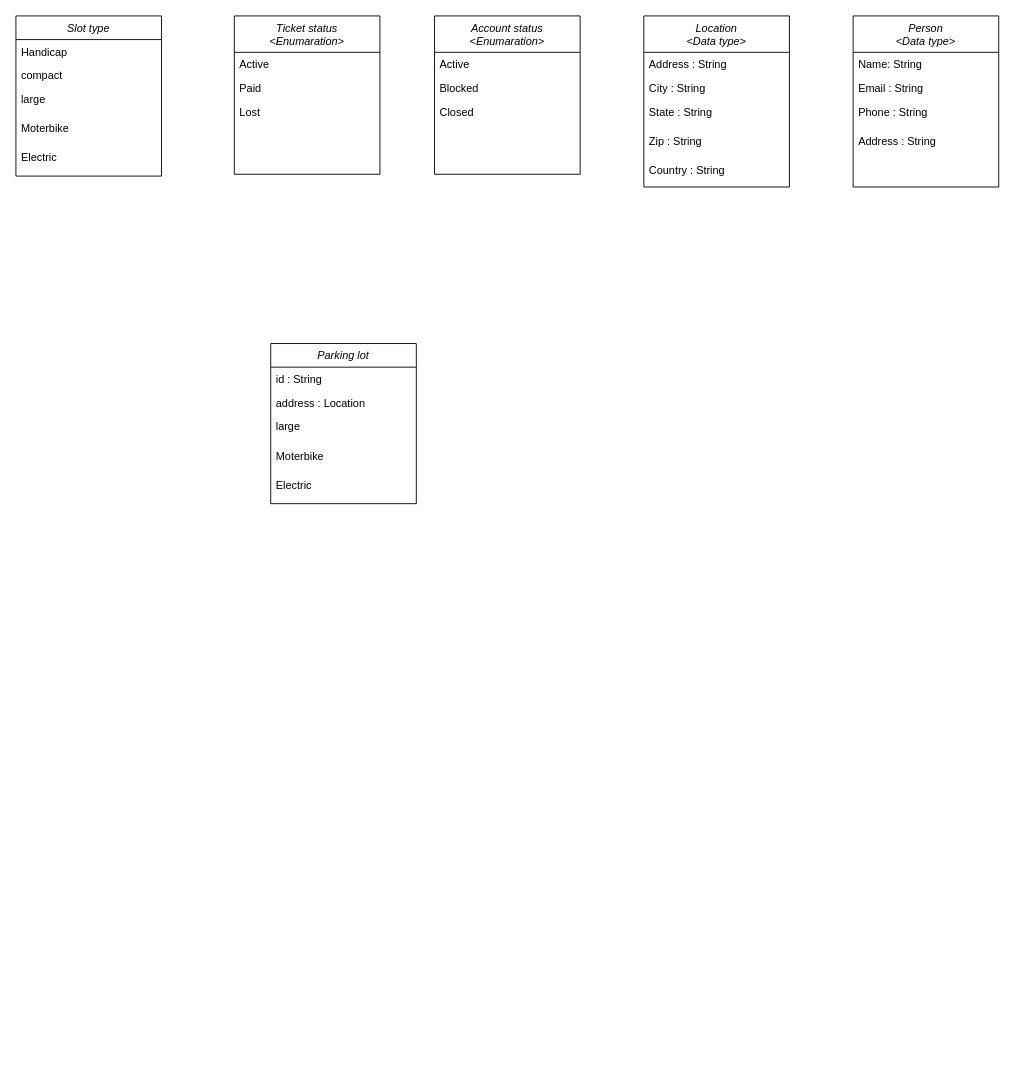
Earlier version of the draw.io diagram Parking lot.drawio (umashankara/draw.io). Source tidied: cells renumbered, new cells numbered last; positions are measured from the earlier drawing's top-left corner, leaving out a move shared by most shapes. Both pictures are drawn from the tidied source at 91%, with x=0, y=0 at pixel (15, 15).
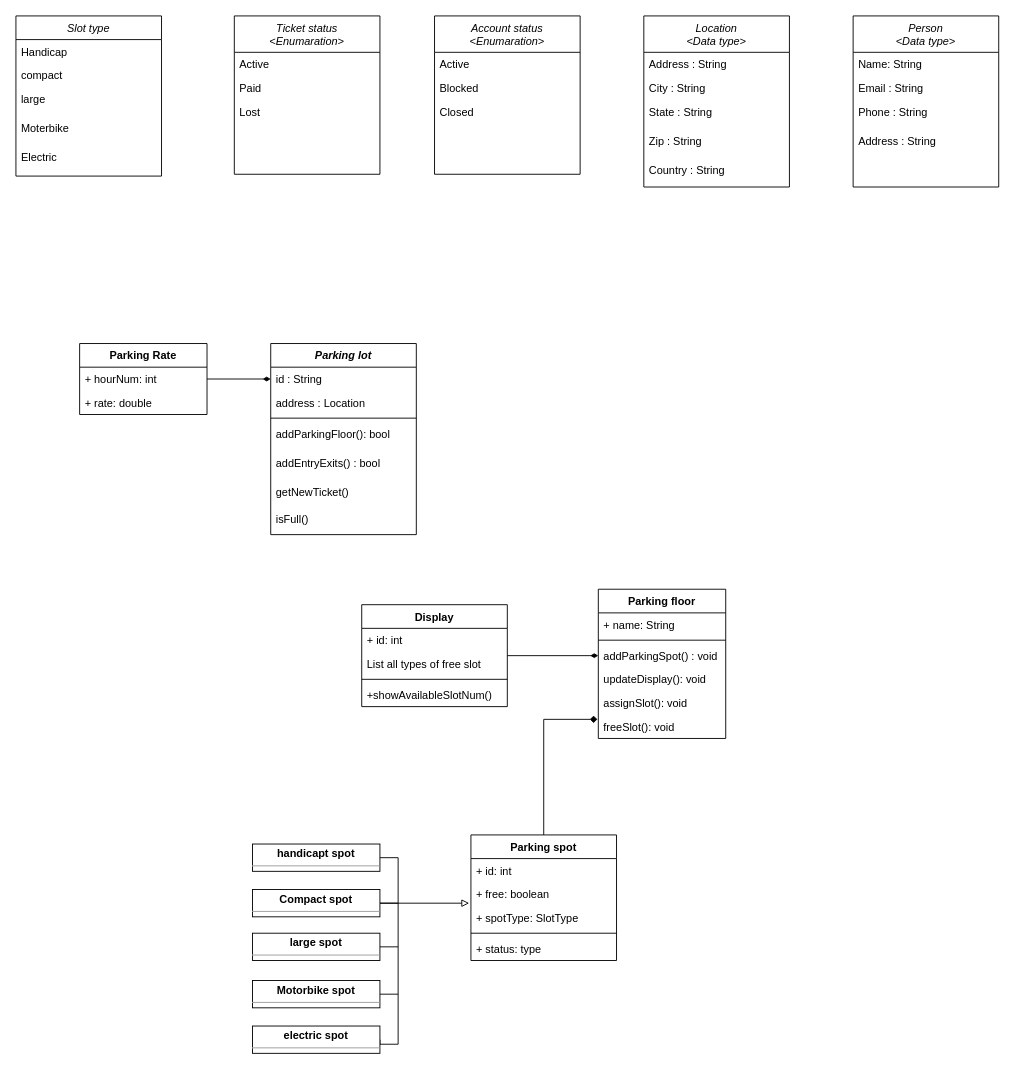
The same page after the edit.

The change refers to these unchanged cells:
```xml
<mxCell id="28" value="id : String" style="text;align=left;verticalAlign=top;spacingLeft=4;spacingRight=4;overflow=hidden;points=[[0,0.5],[1,0.5]];portConstraint=eastwest;" parent="27" vertex="1">
  <mxGeometry y="26" width="160" height="26" as="geometry" />
</mxCell>
```

Diff of the diagram source:
```diff
@@
-    <mxCell id="27" value="Parking lot" style="swimlane;fontStyle=2;align=center;verticalAlign=top;horizontal=1;startSize=26;rounded=0;shadow=0;strokeWidth=1;" parent="1" vertex="1">
-      <mxGeometry x="280" y="360" width="160" height="176" as="geometry" />
+    <mxCell id="27" value="Parking lot" style="swimlane;fontStyle=3;align=center;verticalAlign=top;horizontal=1;startSize=26;rounded=0;shadow=0;strokeWidth=1;" parent="1" vertex="1">
+      <mxGeometry x="280" y="360" width="160" height="210" as="geometry" />
     </mxCell>
@@
+    <mxCell id="33" style="line;strokeWidth=1;fillColor=none;align=left;verticalAlign=middle;spacingTop=-1;spacingLeft=3;spacingRight=3;labelPosition=right;" parent="27" vertex="1">
+      <mxGeometry y="78" width="160" height="8" as="geometry" />
+    </mxCell>
-    <mxCell id="30" value="large" style="text;align=left;verticalAlign=top;spacingLeft=4;spacingRight=4;overflow=hidden;rounded=0;shadow=0;html=0;" parent="27" vertex="1">
-      <mxGeometry y="78" width="160" height="32" as="geometry" />
+    <mxCell id="30" value="addParkingFloor(): bool" style="text;align=left;verticalAlign=top;spacingLeft=4;spacingRight=4;overflow=hidden;rounded=0;shadow=0;html=0;" parent="27" vertex="1">
+      <mxGeometry y="86" width="160" height="32" as="geometry" />
     </mxCell>
-    <mxCell id="31" value="Moterbike" style="text;align=left;verticalAlign=top;spacingLeft=4;spacingRight=4;overflow=hidden;rounded=0;shadow=0;html=0;" parent="27" vertex="1">
-      <mxGeometry y="110" width="160" height="32" as="geometry" />
+    <mxCell id="31" value="addEntryExits() : bool" style="text;align=left;verticalAlign=top;spacingLeft=4;spacingRight=4;overflow=hidden;rounded=0;shadow=0;html=0;" parent="27" vertex="1">
+      <mxGeometry y="118" width="160" height="32" as="geometry" />
     </mxCell>
-    <mxCell id="32" value="Electric" style="text;align=left;verticalAlign=top;spacingLeft=4;spacingRight=4;overflow=hidden;rounded=0;shadow=0;html=0;" parent="27" vertex="1">
-      <mxGeometry y="142" width="160" height="32" as="geometry" />
+    <mxCell id="32" value="getNewTicket()" style="text;align=left;verticalAlign=top;spacingLeft=4;spacingRight=4;overflow=hidden;rounded=0;shadow=0;html=0;" parent="27" vertex="1">
+      <mxGeometry y="150" width="160" height="30" as="geometry" />
     </mxCell>
+    <mxCell id="34" value="isFull()" style="text;align=left;verticalAlign=top;spacingLeft=4;spacingRight=4;overflow=hidden;rounded=0;shadow=0;html=0;" parent="27" vertex="1">
+      <mxGeometry y="180" width="160" height="30" as="geometry" />
+    </mxCell>
+    <mxCell id="35" style="edgeStyle=orthogonalEdgeStyle;rounded=0;jettySize=auto;html=1;entryX=0;entryY=0.5;entryDx=0;entryDy=0;endArrow=diamondThin;endFill=1;" parent="1" edge="1" source="36" target="28">
+      <mxGeometry relative="1" as="geometry" />
+    </mxCell>
+    <mxCell id="36" value="Parking Rate" style="swimlane;fontStyle=1;horizontal=1;startSize=26;fillColor=none;" parent="1" vertex="1">
+      <mxGeometry x="70" y="360" width="140" height="78" as="geometry" />
+    </mxCell>
+    <mxCell id="37" value="+ hourNum: int" style="text;strokeColor=none;fillColor=none;align=left;verticalAlign=top;spacingLeft=4;spacingRight=4;overflow=hidden;" parent="36" vertex="1">
+      <mxGeometry y="26" width="140" height="26" as="geometry" />
+    </mxCell>
+    <mxCell id="38" value="+ rate: double" style="text;strokeColor=none;fillColor=none;align=left;verticalAlign=top;spacingLeft=4;spacingRight=4;overflow=hidden;" parent="36" vertex="1">
+      <mxGeometry y="52" width="140" height="26" as="geometry" />
+    </mxCell>
+    <mxCell id="39" value="Parking floor" style="swimlane;fontStyle=1;horizontal=1;startSize=26;fillColor=none;" parent="1" vertex="1">
+      <mxGeometry x="640" y="630" width="140" height="164" as="geometry" />
+    </mxCell>
+    <mxCell id="40" value="+ name: String" style="text;strokeColor=none;fillColor=none;align=left;verticalAlign=top;spacingLeft=4;spacingRight=4;overflow=hidden;" parent="39" vertex="1">
+      <mxGeometry y="26" width="140" height="26" as="geometry" />
+    </mxCell>
+    <mxCell id="41" style="line;strokeWidth=1;fillColor=none;align=left;verticalAlign=middle;spacingTop=-1;spacingLeft=3;spacingRight=3;labelPosition=right;" parent="39" vertex="1">
+      <mxGeometry y="52" width="140" height="8" as="geometry" />
+    </mxCell>
+    <mxCell id="42" value="addParkingSpot() : void" style="text;fillColor=none;align=left;verticalAlign=top;spacingLeft=4;spacingRight=4;overflow=hidden;points=[[0,0.5],[1,0.5]];portConstraint=eastwest;" parent="39" vertex="1">
+      <mxGeometry y="60" width="140" height="26" as="geometry" />
+    </mxCell>
+    <mxCell id="43" value="updateDisplay(): void" style="text;strokeColor=none;fillColor=none;align=left;verticalAlign=top;spacingLeft=4;spacingRight=4;overflow=hidden;" parent="39" vertex="1">
+      <mxGeometry y="86" width="140" height="26" as="geometry" />
+    </mxCell>
+    <mxCell id="44" value="assignSlot(): void" style="text;strokeColor=none;fillColor=none;align=left;verticalAlign=top;spacingLeft=4;spacingRight=4;overflow=hidden;" parent="39" vertex="1">
+      <mxGeometry y="112" width="140" height="26" as="geometry" />
+    </mxCell>
+    <mxCell id="45" value="freeSlot(): void" style="text;strokeColor=none;fillColor=none;align=left;verticalAlign=top;spacingLeft=4;spacingRight=4;overflow=hidden;points=[[0,0.5],[1,0.5]];portConstraint=eastwest;" parent="39" vertex="1">
+      <mxGeometry y="138" width="140" height="26" as="geometry" />
+    </mxCell>
+    <mxCell id="46" style="edgeStyle=orthogonalEdgeStyle;rounded=0;jettySize=auto;html=1;entryX=0;entryY=0.5;entryDx=0;entryDy=0;endArrow=diamondThin;endFill=1;" parent="1" edge="1" source="47" target="42">
+      <mxGeometry relative="1" as="geometry" />
+    </mxCell>
+    <mxCell id="47" value="Display" style="swimlane;fontStyle=1;align=center;verticalAlign=top;horizontal=1;startSize=26;strokeColor=#000000;" parent="1" vertex="1">
+      <mxGeometry x="380" y="647" width="160" height="112" as="geometry" />
+    </mxCell>
+    <mxCell id="48" value="+ id: int" style="text;strokeColor=none;fillColor=none;align=left;verticalAlign=top;spacingLeft=4;spacingRight=4;overflow=hidden;" parent="47" vertex="1">
+      <mxGeometry y="26" width="160" height="26" as="geometry" />
+    </mxCell>
+    <mxCell id="49" value="List all types of free slot" style="text;strokeColor=none;fillColor=none;align=left;verticalAlign=top;spacingLeft=4;spacingRight=4;overflow=hidden;" parent="47" vertex="1">
+      <mxGeometry y="52" width="160" height="26" as="geometry" />
+    </mxCell>
+    <mxCell id="50" style="line;strokeWidth=1;fillColor=none;align=left;verticalAlign=middle;spacingTop=-1;spacingLeft=3;spacingRight=3;labelPosition=right;" parent="47" vertex="1">
+      <mxGeometry y="78" width="160" height="8" as="geometry" />
+    </mxCell>
+    <mxCell id="51" value="+showAvailableSlotNum() " style="text;strokeColor=none;fillColor=none;align=left;verticalAlign=top;spacingLeft=4;spacingRight=4;overflow=hidden;" parent="47" vertex="1">
+      <mxGeometry y="86" width="160" height="26" as="geometry" />
+    </mxCell>
+    <mxCell id="52" style="edgeStyle=orthogonalEdgeStyle;rounded=0;jettySize=auto;html=1;entryX=-0.007;entryY=0.192;entryDx=0;entryDy=0;entryPerimeter=0;endArrow=diamond;endFill=1;" parent="1" edge="1" source="53" target="45">
+      <mxGeometry relative="1" as="geometry" />
+    </mxCell>
+    <mxCell id="53" value="Parking spot" style="swimlane;fontStyle=1;align=center;verticalAlign=top;horizontal=1;startSize=26;strokeColor=#000000;" parent="1" vertex="1">
+      <mxGeometry x="500" y="900" width="160" height="138" as="geometry" />
+    </mxCell>
+    <mxCell id="54" value="+ id: int" style="text;strokeColor=none;fillColor=none;align=left;verticalAlign=top;spacingLeft=4;spacingRight=4;overflow=hidden;" parent="53" vertex="1">
+      <mxGeometry y="26" width="160" height="26" as="geometry" />
+    </mxCell>
+    <mxCell id="55" value="+ free: boolean" style="text;strokeColor=none;fillColor=none;align=left;verticalAlign=top;spacingLeft=4;spacingRight=4;overflow=hidden;" parent="53" vertex="1">
+      <mxGeometry y="52" width="160" height="26" as="geometry" />
+    </mxCell>
+    <mxCell id="56" value="+ spotType: SlotType" style="text;strokeColor=none;fillColor=none;align=left;verticalAlign=top;spacingLeft=4;spacingRight=4;overflow=hidden;points=[[0,0.5],[1,0.5]];portConstraint=eastwest;" parent="53" vertex="1">
+      <mxGeometry y="78" width="160" height="26" as="geometry" />
+    </mxCell>
+    <mxCell id="57" style="line;strokeWidth=1;fillColor=none;align=left;verticalAlign=middle;spacingTop=-1;spacingLeft=3;spacingRight=3;labelPosition=right;" parent="53" vertex="1">
+      <mxGeometry y="104" width="160" height="8" as="geometry" />
+    </mxCell>
+    <mxCell id="58" value="+ status: type" style="text;strokeColor=none;fillColor=none;align=left;verticalAlign=top;spacingLeft=4;spacingRight=4;overflow=hidden;" parent="53" vertex="1">
+      <mxGeometry y="112" width="160" height="26" as="geometry" />
+    </mxCell>
+    <mxCell id="59" style="edgeStyle=orthogonalEdgeStyle;rounded=0;jettySize=auto;html=1;endArrow=none;endFill=0;entryX=1;entryY=0.5;entryDx=0;entryDy=0;" parent="1" edge="1" source="60" target="68">
+      <mxGeometry relative="1" as="geometry">
+        <Array as="points">
+          <mxPoint x="420" y="925" />
+          <mxPoint x="420" y="1130" />
+          <mxPoint x="400" y="1130" />
+        </Array>
+      </mxGeometry>
+    </mxCell>
+    <mxCell id="60" value="&lt;p style=&quot;margin: 0px ; margin-top: 4px ; text-align: center&quot;&gt;&lt;b&gt;handicapt spot&lt;/b&gt;&lt;/p&gt;&lt;hr size=&quot;1&quot;&gt;&lt;div style=&quot;height: 2px&quot;&gt;&lt;/div&gt;" style="verticalAlign=top;align=left;overflow=fill;fontSize=12;fontFamily=Helvetica;html=1;strokeColor=#000000;" parent="1" vertex="1">
+      <mxGeometry x="260" y="910" width="140" height="30" as="geometry" />
+    </mxCell>
+    <mxCell id="61" style="edgeStyle=orthogonalEdgeStyle;rounded=0;jettySize=auto;html=1;endArrow=none;endFill=0;" parent="1" edge="1" source="63">
+      <mxGeometry relative="1" as="geometry">
+        <mxPoint x="420" y="975" as="targetPoint" />
+      </mxGeometry>
+    </mxCell>
+    <mxCell id="62" style="edgeStyle=orthogonalEdgeStyle;rounded=0;jettySize=auto;html=1;entryX=-0.012;entryY=-0.115;entryDx=0;entryDy=0;entryPerimeter=0;endArrow=block;endFill=0;" parent="1" edge="1" source="63" target="56">
+      <mxGeometry relative="1" as="geometry" />
+    </mxCell>
+    <mxCell id="63" value="&lt;p style=&quot;margin: 0px ; margin-top: 4px ; text-align: center&quot;&gt;&lt;b&gt;Compact spot&lt;/b&gt;&lt;/p&gt;&lt;hr size=&quot;1&quot;&gt;&lt;div style=&quot;height: 2px&quot;&gt;&lt;/div&gt;" style="verticalAlign=top;align=left;overflow=fill;fontSize=12;fontFamily=Helvetica;html=1;strokeColor=#000000;" parent="1" vertex="1">
+      <mxGeometry x="260" y="960" width="140" height="30" as="geometry" />
+    </mxCell>
+    <mxCell id="64" style="edgeStyle=orthogonalEdgeStyle;rounded=0;jettySize=auto;html=1;endArrow=none;endFill=0;" parent="1" edge="1" source="65">
+      <mxGeometry relative="1" as="geometry">
+        <mxPoint x="420" y="1023" as="targetPoint" />
+      </mxGeometry>
+    </mxCell>
+    <mxCell id="65" value="&lt;p style=&quot;margin: 0px ; margin-top: 4px ; text-align: center&quot;&gt;&lt;b&gt;large spot&lt;/b&gt;&lt;/p&gt;&lt;hr size=&quot;1&quot;&gt;&lt;div style=&quot;height: 2px&quot;&gt;&lt;/div&gt;" style="verticalAlign=top;align=left;overflow=fill;fontSize=12;fontFamily=Helvetica;html=1;strokeColor=#000000;" parent="1" vertex="1">
+      <mxGeometry x="260" y="1008" width="140" height="30" as="geometry" />
+    </mxCell>
+    <mxCell id="66" style="edgeStyle=orthogonalEdgeStyle;rounded=0;jettySize=auto;html=1;endArrow=none;endFill=0;" parent="1" edge="1" source="67">
+      <mxGeometry relative="1" as="geometry">
+        <mxPoint x="420" y="1075" as="targetPoint" />
+      </mxGeometry>
+    </mxCell>
+    <mxCell id="67" value="&lt;p style=&quot;margin: 0px ; margin-top: 4px ; text-align: center&quot;&gt;&lt;b&gt;Motorbike spot&lt;/b&gt;&lt;/p&gt;&lt;hr size=&quot;1&quot;&gt;&lt;div style=&quot;height: 2px&quot;&gt;&lt;/div&gt;" style="verticalAlign=top;align=left;overflow=fill;fontSize=12;fontFamily=Helvetica;html=1;strokeColor=#000000;" parent="1" vertex="1">
+      <mxGeometry x="260" y="1060" width="140" height="30" as="geometry" />
+    </mxCell>
+    <mxCell id="68" value="&lt;p style=&quot;margin: 0px ; margin-top: 4px ; text-align: center&quot;&gt;&lt;b&gt;electric spot&lt;/b&gt;&lt;/p&gt;&lt;hr size=&quot;1&quot;&gt;&lt;div style=&quot;height: 2px&quot;&gt;&lt;/div&gt;" style="verticalAlign=top;align=left;overflow=fill;fontSize=12;fontFamily=Helvetica;html=1;strokeColor=#000000;" parent="1" vertex="1">
+      <mxGeometry x="260" y="1110" width="140" height="30" as="geometry" />
+    </mxCell>
```
